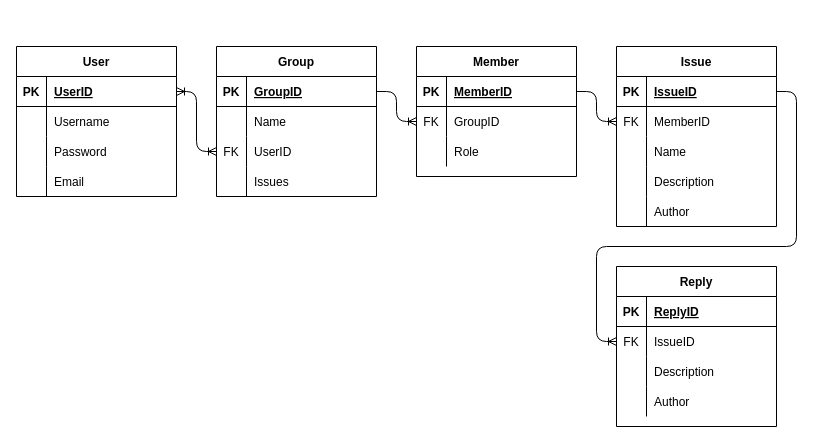
MWaldrep2000/COP4331-26-Large-Project keeps this draw.io diagram as ERD.drawio. Above is the earlier version. Source tidied: cells renumbered, new cells numbered last; positions are measured from the earlier drawing's top-left corner, leaving out a move shared by most shapes. Both pictures are drawn from the tidied source at 100%, with x=0, y=0 at pixel (16, 46).
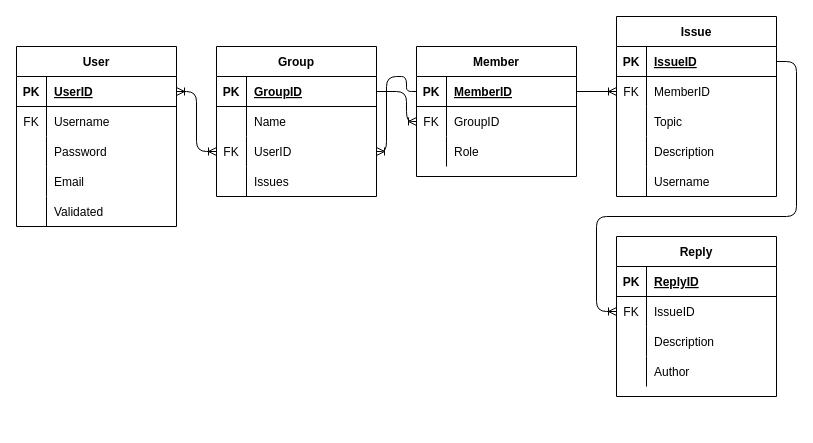
The same diagram, later.

Unchanged cells that the change refers to:
```xml
<mxCell id="7" style="shape=partialRectangle;fillColor=none;top=0;left=0;bottom=1;right=0;points=[[0,0.5],[1,0.5]];portConstraint=eastwest;" parent="6" vertex="1">
  <mxGeometry y="30" width="160" height="30" as="geometry" />
</mxCell>
<mxCell id="10" style="shape=partialRectangle;fillColor=none;top=0;left=0;bottom=0;right=0;" parent="6" vertex="1">
  <mxGeometry y="60" width="160" height="30" as="geometry" />
</mxCell>
<mxCell id="20" style="shape=partialRectangle;fillColor=none;top=0;left=0;bottom=1;right=0;points=[[0,0.5],[1,0.5]];portConstraint=eastwest;" parent="19" vertex="1">
  <mxGeometry y="30" width="160" height="30" as="geometry" />
</mxCell>
<mxCell id="26" style="shape=partialRectangle;fillColor=none;top=0;left=0;bottom=0;right=0;points=[[0,0.5],[1,0.5]];portConstraint=eastwest;" parent="19" vertex="1">
  <mxGeometry y="90" width="160" height="30" as="geometry" />
</mxCell>
<mxCell id="33" style="shape=partialRectangle;fillColor=none;top=0;left=0;bottom=1;right=0;points=[[0,0.5],[1,0.5]];portConstraint=eastwest;" parent="32" vertex="1">
  <mxGeometry y="30" width="160" height="30" as="geometry" />
</mxCell>
<mxCell id="36" style="shape=partialRectangle;fillColor=none;top=0;left=0;bottom=0;right=0;points=[[0,0.5],[1,0.5]];portConstraint=eastwest;" parent="32" vertex="1">
  <mxGeometry y="60" width="160" height="30" as="geometry" />
</mxCell>
<mxCell id="43" style="shape=partialRectangle;fillColor=none;top=0;left=0;bottom=1;right=0;points=[[0,0.5],[1,0.5]];portConstraint=eastwest;" parent="42" vertex="1">
  <mxGeometry y="30" width="160" height="30" as="geometry" />
</mxCell>
<mxCell id="49" style="shape=partialRectangle;fillColor=none;top=0;left=0;bottom=0;right=0;" parent="42" vertex="1">
  <mxGeometry y="90" width="160" height="30" as="geometry" />
</mxCell>
<mxCell id="55" style="shape=partialRectangle;fillColor=none;top=0;left=0;bottom=0;right=0;" parent="42" vertex="1">
  <mxGeometry y="150" width="160" height="30" as="geometry" />
</mxCell>
<mxCell id="62" style="shape=partialRectangle;fillColor=none;top=0;left=0;bottom=0;right=0;points=[[0,0.5],[1,0.5]];portConstraint=eastwest;" parent="58" vertex="1">
  <mxGeometry y="60" width="160" height="30" as="geometry" />
</mxCell>
```

The edit, as a diff of the source:
```diff
@@
     <mxCell id="2" style="edgeStyle=orthogonalEdgeStyle;rounded=1;jettySize=auto;html=1;exitX=1;exitY=0.5;exitDx=0;exitDy=0;entryX=0;entryY=0.5;entryDx=0;entryDy=0;startArrow=none;startFill=0;endArrow=ERoneToMany;endFill=0;" parent="1" edge="1" source="20" target="36">
-      <mxGeometry relative="1" as="geometry" />
+      <mxGeometry relative="1" as="geometry">
+        <Array as="points">
+          <mxPoint x="390" y="45" />
+          <mxPoint x="390" y="75" />
+        </Array>
+      </mxGeometry>
     </mxCell>
     <mxCell id="3" style="edgeStyle=orthogonalEdgeStyle;rounded=1;jettySize=auto;html=1;exitX=1;exitY=0.5;exitDx=0;exitDy=0;entryX=0;entryY=0.5;entryDx=0;entryDy=0;startArrow=ERoneToMany;startFill=0;endArrow=ERoneToMany;endFill=0;" parent="1" edge="1" source="7" target="26">
-      <mxGeometry relative="1" as="geometry" />
+      <mxGeometry relative="1" as="geometry">
+        <Array as="points">
+          <mxPoint x="180" y="45" />
+          <mxPoint x="180" y="105" />
+        </Array>
+      </mxGeometry>
     </mxCell>
     <mxCell id="4" style="edgeStyle=orthogonalEdgeStyle;rounded=1;jettySize=auto;html=1;exitX=1;exitY=0.5;exitDx=0;exitDy=0;entryX=0;entryY=0.5;entryDx=0;entryDy=0;startArrow=none;startFill=0;endArrow=ERoneToMany;endFill=0;" parent="1" edge="1" source="43" target="62">
       <mxGeometry relative="1" as="geometry">
         <Array as="points">
-          <mxPoint x="780" y="45" />
-          <mxPoint x="780" y="200" />
-          <mxPoint x="580" y="200" />
-          <mxPoint x="580" y="295" />
+          <mxPoint x="780" y="15" />
+          <mxPoint x="780" y="170" />
+          <mxPoint x="580" y="170" />
+          <mxPoint x="580" y="265" />
         </Array>
       </mxGeometry>
     </mxCell>
@@
     <mxCell id="6" value="User" style="shape=table;startSize=30;childLayout=tableLayout;rowLines=0;fontStyle=1;align=center;" parent="1" vertex="1">
-      <mxGeometry width="160" height="150" as="geometry" />
+      <mxGeometry width="160" height="180" as="geometry" />
     </mxCell>
@@
-    <mxCell id="11" style="shape=partialRectangle;fillColor=none;top=0;left=0;bottom=0;right=0;overflow=hidden;" parent="10" vertex="1">
+    <mxCell id="11" value="FK" style="shape=partialRectangle;fillColor=none;top=0;left=0;bottom=0;right=0;overflow=hidden;" parent="10" vertex="1">
       <mxGeometry width="30" height="30" as="geometry" />
     </mxCell>
@@
+    <mxCell id="71" style="shape=partialRectangle;fillColor=none;top=0;left=0;bottom=0;right=0;" parent="6" vertex="1">
+      <mxGeometry y="150" width="160" height="30" as="geometry" />
+    </mxCell>
+    <mxCell id="72" style="shape=partialRectangle;fillColor=none;top=0;left=0;bottom=0;right=0;overflow=hidden;" parent="71" vertex="1">
+      <mxGeometry width="30" height="30" as="geometry" />
+    </mxCell>
+    <mxCell id="73" value="Validated" style="shape=partialRectangle;fillColor=none;top=0;left=0;bottom=0;right=0;align=left;spacingLeft=6;overflow=hidden;" parent="71" vertex="1">
+      <mxGeometry x="30" width="130" height="30" as="geometry" />
+    </mxCell>
@@
     <mxCell id="42" value="Issue" style="shape=table;startSize=30;childLayout=tableLayout;rowLines=0;fontStyle=1;align=center;" parent="1" vertex="1">
-      <mxGeometry x="600" width="160" height="180" as="geometry" />
+      <mxGeometry x="600" y="-30" width="160" height="180" as="geometry" />
     </mxCell>
@@
-    <mxCell id="51" value="Name" style="shape=partialRectangle;fillColor=none;top=0;left=0;bottom=0;right=0;align=left;spacingLeft=6;overflow=hidden;" parent="49" vertex="1">
+    <mxCell id="51" value="Topic" style="shape=partialRectangle;fillColor=none;top=0;left=0;bottom=0;right=0;align=left;spacingLeft=6;overflow=hidden;" parent="49" vertex="1">
       <mxGeometry x="30" width="130" height="30" as="geometry" />
     </mxCell>
@@
-    <mxCell id="57" value="Author" style="shape=partialRectangle;fillColor=none;top=0;left=0;bottom=0;right=0;align=left;spacingLeft=6;overflow=hidden;" parent="55" vertex="1">
+    <mxCell id="57" value="Username" style="shape=partialRectangle;fillColor=none;top=0;left=0;bottom=0;right=0;align=left;spacingLeft=6;overflow=hidden;" parent="55" vertex="1">
       <mxGeometry x="30" width="130" height="30" as="geometry" />
     </mxCell>
     <mxCell id="58" value="Reply" style="shape=table;startSize=30;childLayout=tableLayout;rowLines=0;fontStyle=1;align=center;" parent="1" vertex="1">
-      <mxGeometry x="600" y="220" width="160" height="160" as="geometry" />
+      <mxGeometry x="600" y="190" width="160" height="160" as="geometry" />
     </mxCell>
@@
+    <mxCell id="74" style="edgeStyle=orthogonalEdgeStyle;rounded=1;jettySize=auto;html=1;exitX=1;exitY=0.5;exitDx=0;exitDy=0;entryX=0;entryY=0.5;entryDx=0;entryDy=0;startArrow=ERoneToMany;startFill=0;endArrow=none;endFill=0;" parent="1" edge="1" source="26" target="33">
+      <mxGeometry relative="1" as="geometry">
+        <Array as="points">
+          <mxPoint x="370" y="105" />
+          <mxPoint x="370" y="30" />
+          <mxPoint x="390" y="30" />
+          <mxPoint x="390" y="45" />
+        </Array>
+      </mxGeometry>
+    </mxCell>
```
